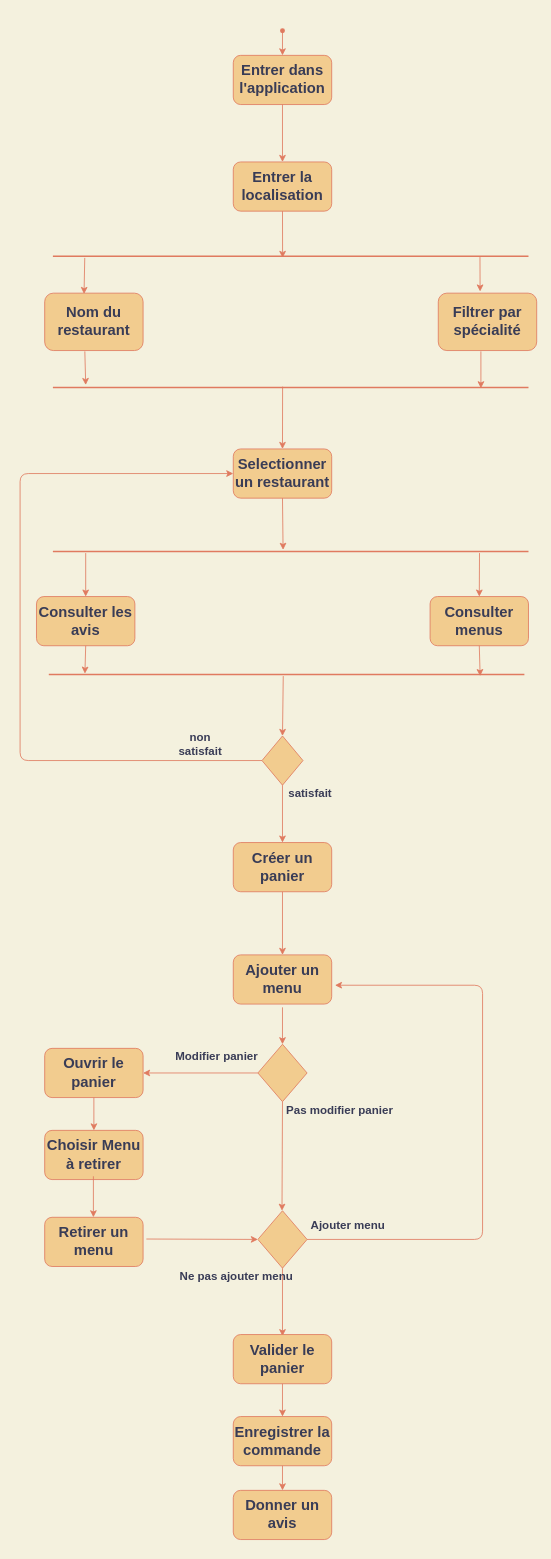
This is page "Page-1" (1 of 2) of diagramme_activite.drawio from TheAIWizard/Ensaeats, a draw.io file, before an edit. Source tidied: cells renumbered, new cells numbered last; positions are measured from the earlier drawing's top-left corner, leaving out a move shared by most shapes. Both pictures are drawn from the tidied source at 82%, with x=0, y=0 at pixel (20, 14).
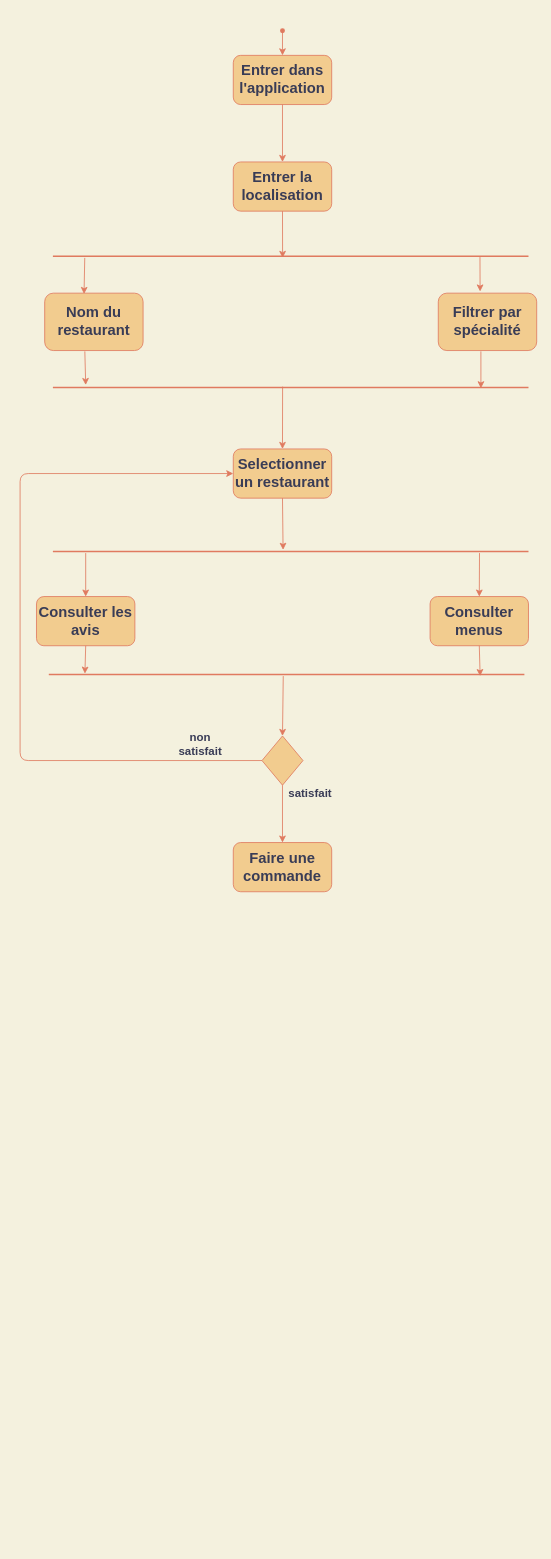
Above is the later version.

Commit message (it also covers changes not shown here):
Modification diagramme architechture

The edit, as a diff of the source:
```diff
@@
-    <mxCell id="33" value="&lt;h2&gt;Créer un panier&lt;/h2&gt;" style="rounded=1;whiteSpace=wrap;html=1;sketch=0;fontColor=#393C56;strokeColor=#E07A5F;fillColor=#F2CC8F;" parent="1" vertex="1">
+    <mxCell id="33" value="&lt;h2&gt;Faire une commande&lt;/h2&gt;" style="rounded=1;whiteSpace=wrap;html=1;sketch=0;fontColor=#393C56;strokeColor=#E07A5F;fillColor=#F2CC8F;" parent="1" vertex="1">
       <mxGeometry x="260" y="1010" width="120" height="60" as="geometry" />
     </mxCell>
-    <mxCell id="34" value="&lt;h2&gt;Ajouter un menu&lt;/h2&gt;" style="rounded=1;whiteSpace=wrap;html=1;sketch=0;fontColor=#393C56;strokeColor=#E07A5F;fillColor=#F2CC8F;" parent="1" vertex="1">
-      <mxGeometry x="260" y="1147" width="120" height="60" as="geometry" />
-    </mxCell>
-    <mxCell id="35" style="endArrow=classic;html=1;exitX=0.5;exitY=1;exitDx=0;exitDy=0;labelBackgroundColor=#F4F1DE;strokeColor=#E07A5F;fontColor=#393C56;entryX=0.5;entryY=0;entryDx=0;entryDy=0;" parent="1" edge="1" source="33" target="34">
-      <mxGeometry relative="1" as="geometry" />
-    </mxCell>
-    <mxCell id="36" value="&lt;h2&gt;Ouvrir le panier&lt;/h2&gt;" style="rounded=1;whiteSpace=wrap;html=1;sketch=0;fontColor=#393C56;strokeColor=#E07A5F;fillColor=#F2CC8F;" parent="1" vertex="1">
-      <mxGeometry x="30" y="1261" width="120" height="60" as="geometry" />
-    </mxCell>
-    <mxCell id="37" style="endArrow=classic;html=1;fontColor=#393C56;strokeColor=#E07A5F;fillColor=#F2CC8F;exitX=0;exitY=0.5;exitDx=0;exitDy=0;entryX=1;entryY=0.5;entryDx=0;entryDy=0;labelBackgroundColor=#F4F1DE;exitPerimeter=0;" parent="1" edge="1" source="48" target="36">
-      <mxGeometry relative="1" as="geometry" />
-    </mxCell>
-    <mxCell id="38" value="&lt;h3&gt;Modifier panier&lt;/h3&gt;" style="text;html=1;align=center;verticalAlign=middle;whiteSpace=wrap;rounded=0;sketch=0;fontColor=#393C56;" parent="1" vertex="1">
-      <mxGeometry x="185" y="1261" width="110" height="20" as="geometry" />
-    </mxCell>
-    <mxCell id="39" style="endArrow=classic;html=1;fontColor=#393C56;strokeColor=#E07A5F;fillColor=#F2CC8F;exitX=0.5;exitY=1;exitDx=0;exitDy=0;entryX=0.5;entryY=0;entryDx=0;entryDy=0;labelBackgroundColor=#F4F1DE;" parent="1" edge="1" target="48">
-      <mxGeometry relative="1" as="geometry">
-        <mxPoint x="320" y="1211" as="sourcePoint" />
-      </mxGeometry>
-    </mxCell>
-    <mxCell id="40" value="&lt;h2&gt;Choisir Menu à retirer&lt;/h2&gt;" style="rounded=1;whiteSpace=wrap;html=1;sketch=0;fontColor=#393C56;strokeColor=#E07A5F;fillColor=#F2CC8F;" parent="1" vertex="1">
-      <mxGeometry x="30" y="1361" width="120" height="60" as="geometry" />
-    </mxCell>
-    <mxCell id="41" value="&lt;h2&gt;Retirer un menu&lt;/h2&gt;" style="rounded=1;whiteSpace=wrap;html=1;sketch=0;fontColor=#393C56;strokeColor=#E07A5F;fillColor=#F2CC8F;" parent="1" vertex="1">
-      <mxGeometry x="30" y="1467" width="120" height="60" as="geometry" />
-    </mxCell>
-    <mxCell id="42" style="endArrow=classic;html=1;fontColor=#393C56;strokeColor=#E07A5F;fillColor=#F2CC8F;exitX=0.5;exitY=1;exitDx=0;exitDy=0;entryX=0.5;entryY=0;entryDx=0;entryDy=0;labelBackgroundColor=#F4F1DE;" parent="1" edge="1" target="40">
-      <mxGeometry relative="1" as="geometry">
-        <mxPoint x="90" y="1321" as="sourcePoint" />
-      </mxGeometry>
-    </mxCell>
-    <mxCell id="43" style="endArrow=classic;html=1;fontColor=#393C56;strokeColor=#E07A5F;fillColor=#F2CC8F;exitX=0.5;exitY=1;exitDx=0;exitDy=0;entryX=0.5;entryY=0;entryDx=0;entryDy=0;labelBackgroundColor=#F4F1DE;" parent="1" edge="1">
-      <mxGeometry relative="1" as="geometry">
-        <mxPoint x="89.4" y="1417" as="sourcePoint" />
-        <mxPoint x="89.4" y="1467" as="targetPoint" />
-      </mxGeometry>
-    </mxCell>
-    <mxCell id="44" style="rhombus;whiteSpace=wrap;html=1;rounded=0;sketch=0;fontColor=#393C56;strokeColor=#E07A5F;fillColor=#F2CC8F;" parent="1" vertex="1">
-      <mxGeometry x="290" y="1459" width="60" height="70" as="geometry" />
-    </mxCell>
-    <mxCell id="45" style="edgeStyle=elbowEdgeStyle;elbow=horizontal;endArrow=classic;html=1;fontColor=#393C56;strokeColor=#E07A5F;fillColor=#F2CC8F;exitX=1;exitY=0.5;exitDx=0;exitDy=0;entryX=1;entryY=0.5;entryDx=0;entryDy=0;labelBackgroundColor=#F4F1DE;" parent="1" edge="1" source="44">
-      <mxGeometry relative="1" as="geometry">
-        <mxPoint x="384" y="1184" as="targetPoint" />
-        <Array as="points">
-          <mxPoint x="564" y="1564" />
-        </Array>
-      </mxGeometry>
-    </mxCell>
-    <mxCell id="46" style="endArrow=classic;html=1;fontColor=#393C56;strokeColor=#E07A5F;fillColor=#F2CC8F;exitX=1;exitY=0.5;exitDx=0;exitDy=0;entryX=0;entryY=0.5;entryDx=0;entryDy=0;labelBackgroundColor=#F4F1DE;" parent="1" edge="1" target="44">
-      <mxGeometry relative="1" as="geometry">
-        <mxPoint x="154" y="1493.5" as="sourcePoint" />
-      </mxGeometry>
-    </mxCell>
-    <mxCell id="47" style="endArrow=classic;html=1;fontColor=#393C56;strokeColor=#E07A5F;fillColor=#F2CC8F;exitX=0.5;exitY=1;exitDx=0;exitDy=0;labelBackgroundColor=#F4F1DE;" parent="1" edge="1" source="44">
-      <mxGeometry relative="1" as="geometry">
-        <mxPoint x="320" y="1612" as="targetPoint" />
-      </mxGeometry>
-    </mxCell>
-    <mxCell id="48" style="rhombus;whiteSpace=wrap;html=1;rounded=0;sketch=0;fontColor=#393C56;strokeColor=#E07A5F;fillColor=#F2CC8F;" parent="1" vertex="1">
-      <mxGeometry x="290" y="1256" width="60" height="70" as="geometry" />
-    </mxCell>
-    <mxCell id="49" style="endArrow=classic;html=1;fontColor=#393C56;strokeColor=#E07A5F;fillColor=#F2CC8F;exitX=0.5;exitY=1;exitDx=0;exitDy=0;labelBackgroundColor=#F4F1DE;" parent="1" edge="1" source="48">
-      <mxGeometry relative="1" as="geometry">
-        <mxPoint x="319.4" y="1459" as="targetPoint" />
-      </mxGeometry>
-    </mxCell>
-    <mxCell id="50" value="&lt;h3&gt;Ajouter menu&lt;/h3&gt;" style="text;html=1;align=center;verticalAlign=middle;whiteSpace=wrap;rounded=0;sketch=0;fontColor=#393C56;" parent="1" vertex="1">
-      <mxGeometry x="330" y="1467" width="140" height="20" as="geometry" />
-    </mxCell>
-    <mxCell id="51" value="&lt;h3&gt;Ne pas ajouter menu&lt;/h3&gt;" style="text;html=1;align=center;verticalAlign=middle;whiteSpace=wrap;rounded=0;sketch=0;fontColor=#393C56;" parent="1" vertex="1">
-      <mxGeometry x="194" y="1529" width="140" height="20" as="geometry" />
-    </mxCell>
-    <mxCell id="52" value="&lt;h3&gt;Pas modifier panier&lt;/h3&gt;" style="text;html=1;align=center;verticalAlign=middle;whiteSpace=wrap;rounded=0;sketch=0;fontColor=#393C56;" parent="1" vertex="1">
-      <mxGeometry x="320" y="1326" width="140" height="20" as="geometry" />
-    </mxCell>
-    <mxCell id="53" value="&lt;h2&gt;Enregistrer la commande&lt;/h2&gt;" style="rounded=1;whiteSpace=wrap;html=1;sketch=0;fontColor=#393C56;strokeColor=#E07A5F;fillColor=#F2CC8F;" parent="1" vertex="1">
-      <mxGeometry x="260" y="1710" width="120" height="60" as="geometry" />
-    </mxCell>
-    <mxCell id="54" value="&lt;h2&gt;Valider le panier&lt;/h2&gt;" style="rounded=1;whiteSpace=wrap;html=1;sketch=0;fontColor=#393C56;strokeColor=#E07A5F;fillColor=#F2CC8F;" parent="1" vertex="1">
-      <mxGeometry x="260" y="1610" width="120" height="60" as="geometry" />
-    </mxCell>
-    <mxCell id="55" value="&lt;h2&gt;Donner un avis&lt;/h2&gt;" style="rounded=1;whiteSpace=wrap;html=1;sketch=0;fontColor=#393C56;strokeColor=#E07A5F;fillColor=#F2CC8F;" parent="1" vertex="1">
-      <mxGeometry x="260" y="1800" width="120" height="60" as="geometry" />
-    </mxCell>
-    <mxCell id="56" style="endArrow=classic;html=1;fontColor=#393C56;strokeColor=#E07A5F;fillColor=#F2CC8F;exitX=0.5;exitY=1;exitDx=0;exitDy=0;entryX=0.5;entryY=0;entryDx=0;entryDy=0;labelBackgroundColor=#F4F1DE;" parent="1" edge="1" source="54" target="53">
-      <mxGeometry relative="1" as="geometry" />
-    </mxCell>
-    <mxCell id="57" style="endArrow=classic;html=1;fontColor=#393C56;strokeColor=#E07A5F;fillColor=#F2CC8F;exitX=0.5;exitY=1;exitDx=0;exitDy=0;entryX=0.5;entryY=0;entryDx=0;entryDy=0;labelBackgroundColor=#F4F1DE;" parent="1" edge="1" source="53" target="55">
-      <mxGeometry relative="1" as="geometry" />
-    </mxCell>
```
